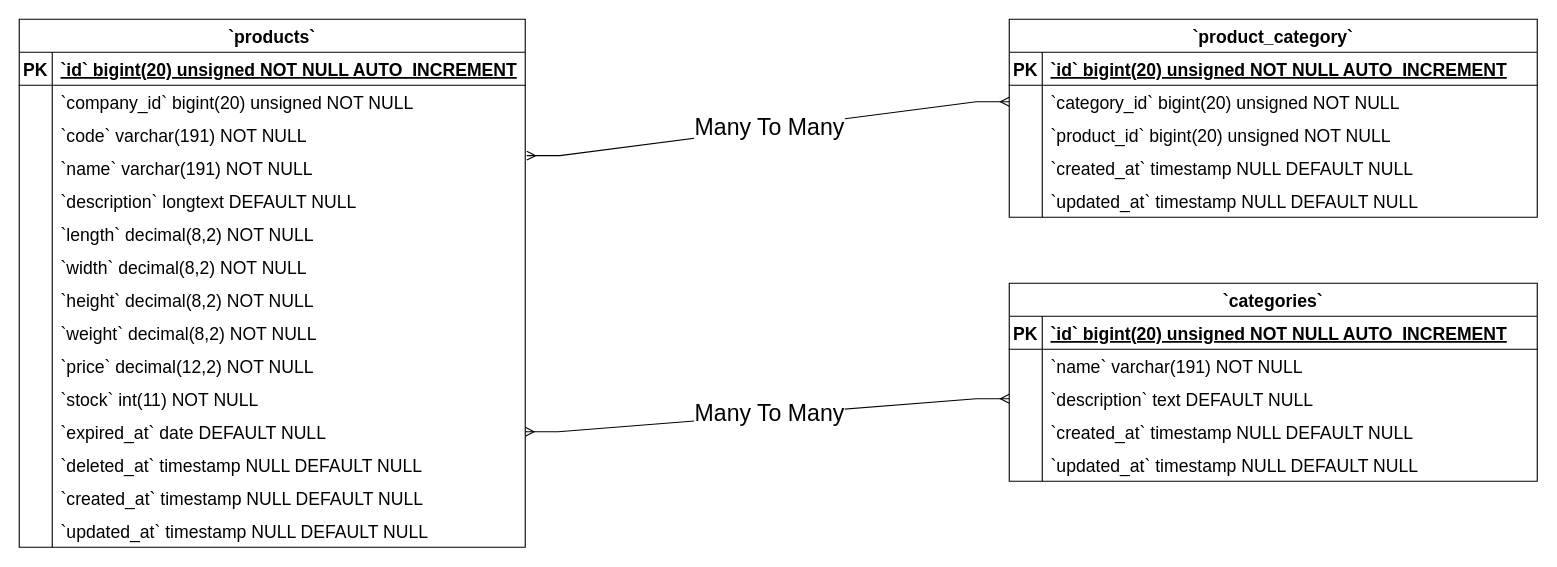
The draw.io diagram Product Category ERD Diagram.drawio in Simasco/diagram, before the edit. Source tidied: cells renumbered, new cells numbered last; positions are measured from the earlier drawing's top-left corner, leaving out a move shared by most shapes. Both pictures are drawn from the tidied source at 110%, with x=0, y=0 at pixel (19, 19).
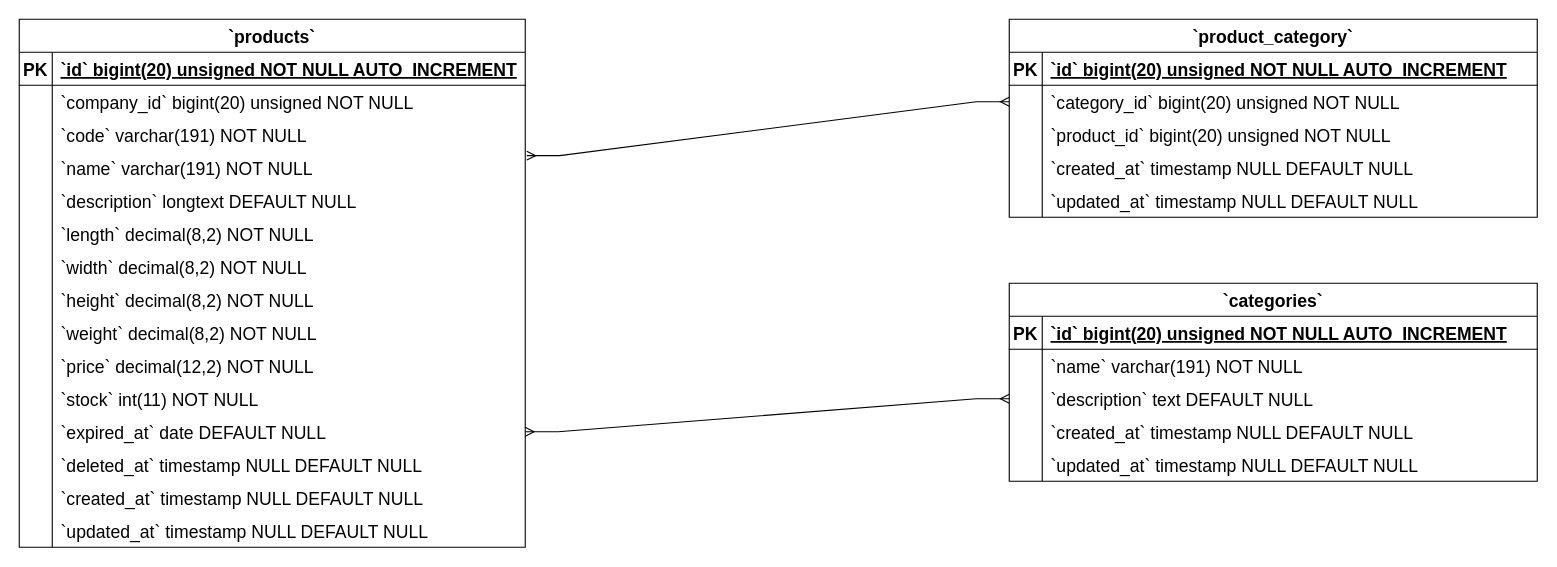
Above is the later version.

The change refers to these unchanged cells:
```xml
<mxCell id="80" style="edgeStyle=entityRelationEdgeStyle;fontSize=12;html=1;endArrow=ERmany;startArrow=ERmany;rounded=0;exitX=1.003;exitY=1.133;exitDx=0;exitDy=0;exitPerimeter=0;entryX=0;entryY=0.5;entryDx=0;entryDy=0;" parent="1" edge="1" source="41" target="22">
  <mxGeometry relative="1" as="geometry" />
</mxCell>
<mxCell id="82" style="edgeStyle=entityRelationEdgeStyle;fontSize=12;html=1;endArrow=ERmany;startArrow=ERmany;rounded=0;exitX=1;exitY=0.5;exitDx=0;exitDy=0;entryX=0;entryY=0.5;entryDx=0;entryDy=0;" parent="1" edge="1" source="68" target="9">
  <mxGeometry relative="1" as="geometry" />
</mxCell>
```

What changed in the source:
```diff
@@
-    <mxCell id="81" value="&lt;font style=&quot;font-size: 21px;&quot;&gt;Many To Many&lt;/font&gt;" style="edgeLabel;html=1;align=center;verticalAlign=middle;" parent="80" vertex="1">
-      <mxGeometry x="0.01" y="2" relative="1" as="geometry">
-        <mxPoint x="-1" as="offset" />
-      </mxGeometry>
-    </mxCell>
@@
-    <mxCell id="83" value="&lt;font style=&quot;font-size: 21px;&quot;&gt;Many To Many&lt;/font&gt;" style="edgeLabel;html=1;align=center;verticalAlign=middle;" parent="82" vertex="1">
-      <mxGeometry x="0.01" y="2" relative="1" as="geometry">
-        <mxPoint x="-1" as="offset" />
-      </mxGeometry>
-    </mxCell>
```
